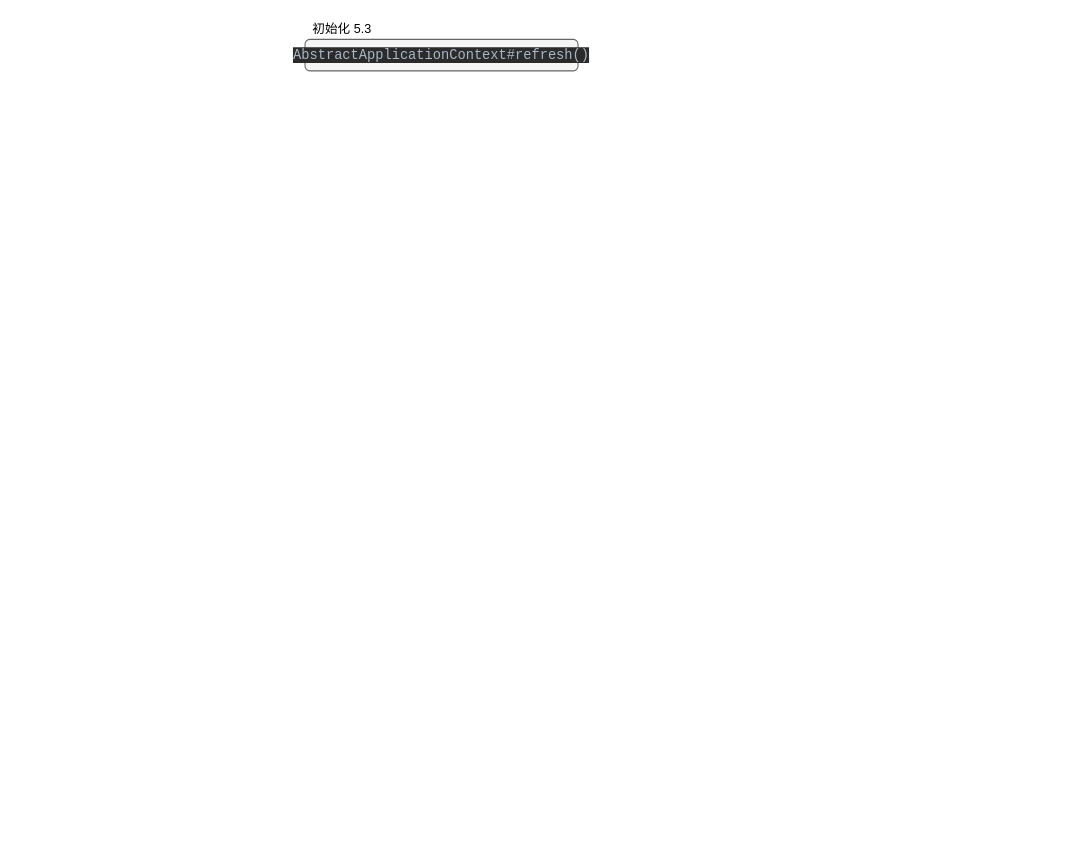
Above: Project/spring-framework/Spring Bean 容器.drawio in Xianzhan/amind (draw.io), before the change. Source tidied: cells renumbered, new cells numbered last; positions are measured from the earlier drawing's top-left corner, leaving out a move shared by most shapes. Both pictures are drawn from the tidied source at 105%, with x=0, y=0 at pixel (304, 18).
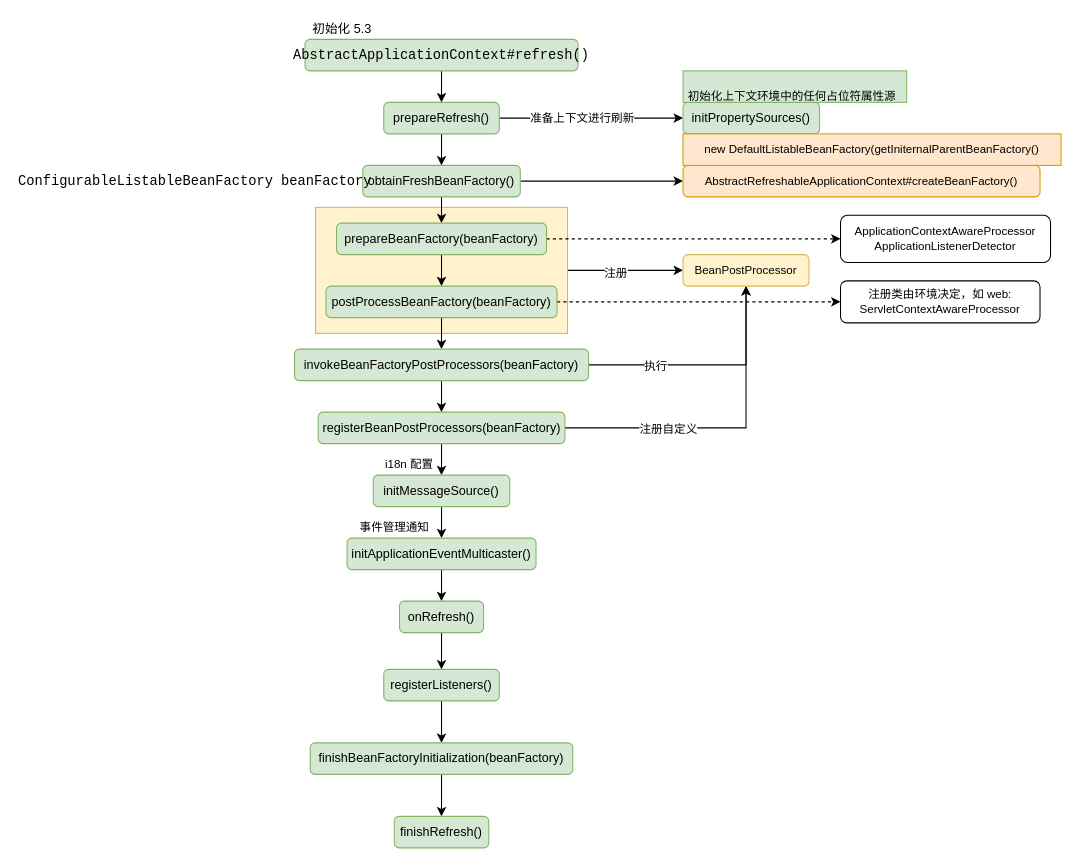
The same page after the edit.

Diff of the diagram source:
```diff
@@
+    <mxCell id="4" style="edgeStyle=orthogonalEdgeStyle;rounded=0;jettySize=auto;html=1;fontSize=11;fontColor=#000000;" parent="1" edge="1" source="6" target="45">
+      <mxGeometry relative="1" as="geometry" />
+    </mxCell>
+    <mxCell id="5" value="注册" style="edgeLabel;html=1;align=center;verticalAlign=middle;fontSize=11;fontColor=#000000;" parent="4" vertex="1">
+      <mxGeometry x="-0.19" y="-2" relative="1" as="geometry" />
+    </mxCell>
+    <mxCell id="6" style="rounded=0;whiteSpace=wrap;html=1;labelBackgroundColor=none;fontSize=11;fillColor=#fff2cc;strokeColor=#d6b656;" parent="1" vertex="1">
+      <mxGeometry x="10" y="180" width="240" height="120" as="geometry" />
+    </mxCell>
@@
+    <mxCell id="7" style="edgeStyle=orthogonalEdgeStyle;rounded=0;jettySize=auto;html=1;fontColor=#000000;" parent="1" edge="1" source="3" target="11">
+      <mxGeometry relative="1" as="geometry" />
+    </mxCell>
-    <mxCell id="3" value="&lt;pre style=&quot;background-color: #2b2b2b ; color: #a9b7c6 ; font-family: &amp;#34;jetbrains mono&amp;#34; , monospace ; font-size: 9.8pt&quot;&gt;AbstractApplicationContext#refresh()&lt;/pre&gt;" style="rounded=1;whiteSpace=wrap;html=1;fillColor=#f5f5f5;strokeColor=#666666;fontColor=#333333;" parent="1" vertex="1">
+    <mxCell id="3" value="&lt;pre style=&quot;font-family: &amp;#34;jetbrains mono&amp;#34; , monospace ; font-size: 9.8pt&quot;&gt;&lt;font color=&quot;#000000&quot;&gt;AbstractApplicationContext#refresh()&lt;/font&gt;&lt;/pre&gt;" style="rounded=1;whiteSpace=wrap;html=1;fillColor=#d5e8d4;strokeColor=#82b366;" parent="1" vertex="1">
       <mxGeometry y="20" width="260" height="30" as="geometry" />
     </mxCell>
+    <mxCell id="8" style="edgeStyle=orthogonalEdgeStyle;rounded=0;jettySize=auto;html=1;fontColor=#000000;" parent="1" edge="1" source="11" target="14">
+      <mxGeometry relative="1" as="geometry" />
+    </mxCell>
+    <mxCell id="9" style="edgeStyle=orthogonalEdgeStyle;rounded=0;jettySize=auto;html=1;entryX=0;entryY=0.5;entryDx=0;entryDy=0;fontColor=#000000;" parent="1" edge="1" source="11" target="41">
+      <mxGeometry relative="1" as="geometry" />
+    </mxCell>
+    <mxCell id="10" value="准备上下文进行刷新" style="edgeLabel;html=1;align=center;verticalAlign=middle;fontColor=#000000;" parent="9" vertex="1">
+      <mxGeometry x="-0.11" y="1" relative="1" as="geometry" />
+    </mxCell>
+    <mxCell id="11" value="prepareRefresh()" style="rounded=1;whiteSpace=wrap;html=1;labelBackgroundColor=none;fillColor=#d5e8d4;strokeColor=#82b366;" parent="1" vertex="1">
+      <mxGeometry x="75" y="80" width="110" height="30" as="geometry" />
+    </mxCell>
+    <mxCell id="12" style="edgeStyle=orthogonalEdgeStyle;rounded=0;jettySize=auto;html=1;fontColor=#000000;" parent="1" edge="1" source="14" target="18">
+      <mxGeometry relative="1" as="geometry" />
+    </mxCell>
+    <mxCell id="13" style="edgeStyle=orthogonalEdgeStyle;rounded=0;jettySize=auto;html=1;entryX=0;entryY=0.5;entryDx=0;entryDy=0;fontSize=11;fontColor=#000000;" parent="1" edge="1" source="14" target="43">
+      <mxGeometry relative="1" as="geometry" />
+    </mxCell>
+    <mxCell id="14" value="obtainFreshBeanFactory()" style="rounded=1;whiteSpace=wrap;html=1;labelBackgroundColor=none;fillColor=#d5e8d4;strokeColor=#82b366;" parent="1" vertex="1">
+      <mxGeometry x="55" y="140" width="150" height="30" as="geometry" />
+    </mxCell>
+    <mxCell id="15" value="&lt;pre style=&quot;font-family: &amp;#34;jetbrains mono&amp;#34; , monospace ; font-size: 9.8pt&quot;&gt;ConfigurableListableBeanFactory beanFactory&lt;/pre&gt;" style="text;html=1;align=center;verticalAlign=middle;strokeColor=none;fillColor=none;fontColor=#000000;" parent="1" vertex="1">
+      <mxGeometry x="-265" y="130" width="320" height="50" as="geometry" />
+    </mxCell>
+    <mxCell id="16" style="edgeStyle=orthogonalEdgeStyle;rounded=0;jettySize=auto;html=1;fontColor=#000000;" parent="1" edge="1" source="18" target="21">
+      <mxGeometry relative="1" as="geometry" />
+    </mxCell>
+    <mxCell id="17" style="edgeStyle=orthogonalEdgeStyle;jettySize=auto;html=1;entryX=0;entryY=0.5;entryDx=0;entryDy=0;fontSize=11;fontColor=#000000;rounded=0;dashed=1;" parent="1" edge="1" source="18" target="48">
+      <mxGeometry relative="1" as="geometry" />
+    </mxCell>
+    <mxCell id="18" value="prepareBeanFactory(beanFactory)" style="rounded=1;whiteSpace=wrap;html=1;labelBackgroundColor=none;fillColor=#d5e8d4;strokeColor=#82b366;" parent="1" vertex="1">
+      <mxGeometry x="30" y="195" width="200" height="30" as="geometry" />
+    </mxCell>
+    <mxCell id="19" style="edgeStyle=orthogonalEdgeStyle;rounded=0;jettySize=auto;html=1;fontColor=#000000;" parent="1" edge="1" source="21" target="25">
+      <mxGeometry relative="1" as="geometry" />
+    </mxCell>
+    <mxCell id="20" style="edgeStyle=orthogonalEdgeStyle;rounded=0;jettySize=auto;html=1;entryX=0;entryY=0.5;entryDx=0;entryDy=0;fontSize=11;fontColor=#000000;dashed=1;" parent="1" edge="1" source="21" target="49">
+      <mxGeometry relative="1" as="geometry" />
+    </mxCell>
+    <mxCell id="21" value="postProcessBeanFactory(beanFactory)" style="rounded=1;whiteSpace=wrap;html=1;labelBackgroundColor=none;fillColor=#d5e8d4;strokeColor=#82b366;" parent="1" vertex="1">
+      <mxGeometry x="20" y="255" width="220" height="30" as="geometry" />
+    </mxCell>
+    <mxCell id="22" style="edgeStyle=orthogonalEdgeStyle;rounded=0;jettySize=auto;html=1;fontColor=#000000;" parent="1" edge="1" source="25" target="29">
+      <mxGeometry relative="1" as="geometry" />
+    </mxCell>
+    <mxCell id="23" style="edgeStyle=orthogonalEdgeStyle;rounded=0;jettySize=auto;html=1;entryX=0.5;entryY=1;entryDx=0;entryDy=0;fontSize=11;fontColor=#000000;" parent="1" edge="1" source="25" target="45">
+      <mxGeometry relative="1" as="geometry" />
+    </mxCell>
+    <mxCell id="24" value="执行" style="edgeLabel;html=1;align=center;verticalAlign=middle;fontSize=11;fontColor=#000000;" parent="23" vertex="1">
+      <mxGeometry x="-0.44" relative="1" as="geometry" />
+    </mxCell>
+    <mxCell id="25" value="invokeBeanFactoryPostProcessors(beanFactory)" style="rounded=1;whiteSpace=wrap;html=1;labelBackgroundColor=none;fillColor=#d5e8d4;strokeColor=#82b366;" parent="1" vertex="1">
+      <mxGeometry x="-10" y="315" width="280" height="30" as="geometry" />
+    </mxCell>
+    <mxCell id="26" style="edgeStyle=orthogonalEdgeStyle;rounded=0;jettySize=auto;html=1;fontColor=#000000;" parent="1" edge="1" source="29" target="31">
+      <mxGeometry relative="1" as="geometry" />
+    </mxCell>
+    <mxCell id="27" style="edgeStyle=orthogonalEdgeStyle;rounded=0;jettySize=auto;html=1;fontSize=11;fontColor=#000000;entryX=0.5;entryY=1;entryDx=0;entryDy=0;" parent="1" edge="1" source="29" target="45">
+      <mxGeometry relative="1" as="geometry" />
+    </mxCell>
+    <mxCell id="28" value="注册自定义" style="edgeLabel;html=1;align=center;verticalAlign=middle;fontSize=11;fontColor=#000000;" parent="27" vertex="1">
+      <mxGeometry x="-0.36" relative="1" as="geometry" />
+    </mxCell>
+    <mxCell id="29" value="registerBeanPostProcessors(beanFactory)" style="rounded=1;whiteSpace=wrap;html=1;labelBackgroundColor=none;fillColor=#d5e8d4;strokeColor=#82b366;" parent="1" vertex="1">
+      <mxGeometry x="12.5" y="375" width="235" height="30" as="geometry" />
+    </mxCell>
+    <mxCell id="30" style="edgeStyle=orthogonalEdgeStyle;rounded=0;jettySize=auto;html=1;fontColor=#000000;" parent="1" edge="1" source="31" target="33">
+      <mxGeometry relative="1" as="geometry" />
+    </mxCell>
+    <mxCell id="31" value="initMessageSource()" style="rounded=1;whiteSpace=wrap;html=1;labelBackgroundColor=none;fillColor=#d5e8d4;strokeColor=#82b366;" parent="1" vertex="1">
+      <mxGeometry x="65" y="435" width="130" height="30" as="geometry" />
+    </mxCell>
+    <mxCell id="32" style="edgeStyle=orthogonalEdgeStyle;rounded=0;jettySize=auto;html=1;fontColor=#000000;" parent="1" edge="1" source="33" target="35">
+      <mxGeometry relative="1" as="geometry" />
+    </mxCell>
+    <mxCell id="33" value="initApplicationEventMulticaster()" style="rounded=1;whiteSpace=wrap;html=1;labelBackgroundColor=none;fillColor=#d5e8d4;strokeColor=#82b366;" parent="1" vertex="1">
+      <mxGeometry x="40" y="495" width="180" height="30" as="geometry" />
+    </mxCell>
+    <mxCell id="34" style="edgeStyle=orthogonalEdgeStyle;rounded=0;jettySize=auto;html=1;fontColor=#000000;" parent="1" edge="1" source="35" target="37">
+      <mxGeometry relative="1" as="geometry" />
+    </mxCell>
+    <mxCell id="35" value="onRefresh()" style="rounded=1;whiteSpace=wrap;html=1;labelBackgroundColor=none;fillColor=#d5e8d4;strokeColor=#82b366;" parent="1" vertex="1">
+      <mxGeometry x="90" y="555" width="80" height="30" as="geometry" />
+    </mxCell>
+    <mxCell id="36" style="edgeStyle=orthogonalEdgeStyle;rounded=0;jettySize=auto;html=1;fontColor=#000000;" parent="1" edge="1" source="37" target="39">
+      <mxGeometry relative="1" as="geometry" />
+    </mxCell>
+    <mxCell id="37" value="registerListeners()" style="rounded=1;whiteSpace=wrap;html=1;labelBackgroundColor=none;fillColor=#d5e8d4;strokeColor=#82b366;" parent="1" vertex="1">
+      <mxGeometry x="75" y="620" width="110" height="30" as="geometry" />
+    </mxCell>
+    <mxCell id="38" style="edgeStyle=orthogonalEdgeStyle;rounded=0;jettySize=auto;html=1;fontColor=#000000;" parent="1" edge="1" source="39" target="40">
+      <mxGeometry relative="1" as="geometry" />
+    </mxCell>
+    <mxCell id="39" value="finishBeanFactoryInitialization(beanFactory)" style="rounded=1;whiteSpace=wrap;html=1;labelBackgroundColor=none;fillColor=#d5e8d4;strokeColor=#82b366;" parent="1" vertex="1">
+      <mxGeometry x="5" y="690" width="250" height="30" as="geometry" />
+    </mxCell>
+    <mxCell id="40" value="finishRefresh()" style="rounded=1;whiteSpace=wrap;html=1;labelBackgroundColor=none;fillColor=#d5e8d4;strokeColor=#82b366;" parent="1" vertex="1">
+      <mxGeometry x="85" y="760" width="90" height="30" as="geometry" />
+    </mxCell>
+    <mxCell id="41" value="&lt;span&gt;initPropertySources()&lt;/span&gt;" style="rounded=1;whiteSpace=wrap;html=1;labelBackgroundColor=none;fillColor=#d5e8d4;strokeColor=#82b366;" parent="1" vertex="1">
+      <mxGeometry x="360" y="80" width="130" height="30" as="geometry" />
+    </mxCell>
+    <mxCell id="42" value="&lt;h1&gt;&lt;span style=&quot;font-family: &amp;#34;roboto&amp;#34; , &amp;#34;robotodraft&amp;#34; , &amp;#34;helvetica&amp;#34; , &amp;#34;arial&amp;#34; , sans-serif ; font-weight: normal&quot;&gt;&lt;font style=&quot;font-size: 11px&quot;&gt;初始化上下文环境中的任何占位符属性源&lt;/font&gt;&lt;/span&gt;&lt;br&gt;&lt;/h1&gt;" style="text;html=1;strokeColor=#82b366;fillColor=#d5e8d4;spacing=5;spacingTop=-20;whiteSpace=wrap;overflow=hidden;rounded=0;labelBackgroundColor=none;" parent="1" vertex="1">
+      <mxGeometry x="360" y="50" width="213" height="30" as="geometry" />
+    </mxCell>
+    <mxCell id="43" value="AbstractRefreshableApplicationContext#createBeanFactory()" style="rounded=1;whiteSpace=wrap;html=1;labelBackgroundColor=none;fontSize=11;fillColor=#ffe6cc;strokeColor=#d79b00;" parent="1" vertex="1">
+      <mxGeometry x="360" y="140" width="340" height="30" as="geometry" />
+    </mxCell>
+    <mxCell id="44" value="new DefaultListableBeanFactory(getIniternalParentBeanFactory()" style="text;html=1;strokeColor=#d79b00;fillColor=#ffe6cc;align=center;verticalAlign=middle;whiteSpace=wrap;rounded=0;labelBackgroundColor=none;fontSize=11;" parent="1" vertex="1">
+      <mxGeometry x="360" y="110" width="360" height="30" as="geometry" />
+    </mxCell>
+    <mxCell id="45" value="BeanPostProcessor" style="rounded=1;whiteSpace=wrap;html=1;labelBackgroundColor=none;fontSize=11;fillColor=#fff2cc;strokeColor=#d6b656;" parent="1" vertex="1">
+      <mxGeometry x="360" y="225" width="120" height="30" as="geometry" />
+    </mxCell>
+    <mxCell id="46" value="i18n 配置" style="text;html=1;align=center;verticalAlign=middle;strokeColor=none;fillColor=none;fontSize=11;fontColor=#000000;" parent="1" vertex="1">
+      <mxGeometry x="64" y="415" width="70" height="20" as="geometry" />
+    </mxCell>
+    <mxCell id="47" value="事件管理通知" style="text;html=1;align=center;verticalAlign=middle;strokeColor=none;fillColor=none;fontSize=11;fontColor=#000000;" parent="1" vertex="1">
+      <mxGeometry x="40" y="475" width="90" height="20" as="geometry" />
+    </mxCell>
+    <mxCell id="48" value="ApplicationContextAwareProcessor&lt;br&gt;ApplicationListenerDetector" style="rounded=1;whiteSpace=wrap;html=1;labelBackgroundColor=none;fontSize=11;fontColor=#000000;" parent="1" vertex="1">
+      <mxGeometry x="510" y="187.5" width="200" height="45" as="geometry" />
+    </mxCell>
+    <mxCell id="49" value="注册类由环境决定，如 web: ServletContextAwareProcessor" style="rounded=1;whiteSpace=wrap;html=1;labelBackgroundColor=none;fontSize=11;fontColor=#000000;" parent="1" vertex="1">
+      <mxGeometry x="510" y="250" width="190" height="40" as="geometry" />
+    </mxCell>
```
